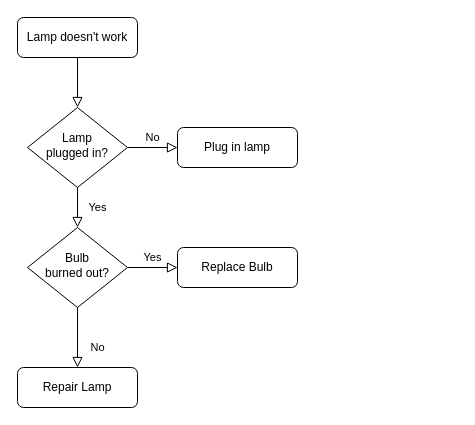
Earlier version of the draw.io diagram Untitled Diagram.drawio (mustafaferhatimamoglu/UrukERP_). Source tidied: cells renumbered, new cells numbered last; positions are measured from the earlier drawing's top-left corner, leaving out a move shared by most shapes. Both pictures are drawn from the tidied source at 100%, with x=0, y=0 at pixel (17, 17).
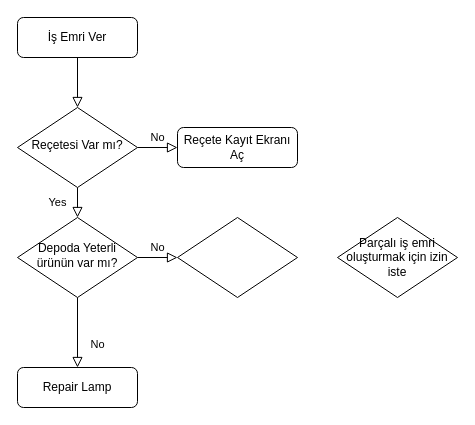
Above is the later version.

Diff of the diagram source:
```diff
@@
 <mxGraphModel>
   <root>
     <mxCell id="0" />
     <mxCell id="1" parent="0" />
     <mxCell id="2" style="rounded=0;html=1;jettySize=auto;fontSize=11;endArrow=block;endFill=0;endSize=8;strokeWidth=1;shadow=0;labelBackgroundColor=none;edgeStyle=orthogonalEdgeStyle;" parent="1" edge="1" source="3" target="6">
       <mxGeometry relative="1" as="geometry" />
     </mxCell>
-    <mxCell id="3" value="Lamp doesn't work" style="rounded=1;whiteSpace=wrap;html=1;fontSize=12;glass=0;strokeWidth=1;shadow=0;" parent="1" vertex="1">
+    <mxCell id="3" value="İş Emri Ver" style="rounded=1;whiteSpace=wrap;html=1;fontSize=12;glass=0;strokeWidth=1;shadow=0;" parent="1" vertex="1">
       <mxGeometry width="120" height="40" as="geometry" />
     </mxCell>
     <mxCell id="4" value="Yes" style="rounded=0;html=1;jettySize=auto;fontSize=11;endArrow=block;endFill=0;endSize=8;strokeWidth=1;shadow=0;labelBackgroundColor=none;edgeStyle=orthogonalEdgeStyle;" parent="1" edge="1" source="6" target="10">
       <mxGeometry y="20" relative="1" as="geometry" />
     </mxCell>
     <mxCell id="5" value="No" style="edgeStyle=orthogonalEdgeStyle;rounded=0;html=1;jettySize=auto;fontSize=11;endArrow=block;endFill=0;endSize=8;strokeWidth=1;shadow=0;labelBackgroundColor=none;" parent="1" edge="1" source="6" target="7">
       <mxGeometry y="10" relative="1" as="geometry" />
     </mxCell>
-    <mxCell id="6" value="Lamp&lt;br&gt;plugged in?" style="rhombus;whiteSpace=wrap;html=1;shadow=0;fontFamily=Helvetica;fontSize=12;align=center;strokeWidth=1;spacing=6;spacingTop=-4;" parent="1" vertex="1">
-      <mxGeometry x="10" y="90" width="100" height="80" as="geometry" />
+    <mxCell id="6" value="Reçetesi Var mı?" style="rhombus;whiteSpace=wrap;html=1;shadow=0;fontFamily=Helvetica;fontSize=12;align=center;strokeWidth=1;spacing=6;spacingTop=-4;" parent="1" vertex="1">
+      <mxGeometry y="90" width="120" height="80" as="geometry" />
     </mxCell>
-    <mxCell id="7" value="Plug in lamp" style="rounded=1;whiteSpace=wrap;html=1;fontSize=12;glass=0;strokeWidth=1;shadow=0;" parent="1" vertex="1">
+    <mxCell id="7" value="Reçete Kayıt Ekranı Aç" style="rounded=1;whiteSpace=wrap;html=1;fontSize=12;glass=0;strokeWidth=1;shadow=0;" parent="1" vertex="1">
       <mxGeometry x="160" y="110" width="120" height="40" as="geometry" />
     </mxCell>
     <mxCell id="8" value="No" style="rounded=0;html=1;jettySize=auto;fontSize=11;endArrow=block;endFill=0;endSize=8;strokeWidth=1;shadow=0;labelBackgroundColor=none;edgeStyle=orthogonalEdgeStyle;" parent="1" edge="1" source="10" target="11">
       <mxGeometry x="0.33" y="20" relative="1" as="geometry" />
     </mxCell>
-    <mxCell id="9" value="Yes" style="edgeStyle=orthogonalEdgeStyle;rounded=0;html=1;jettySize=auto;fontSize=11;endArrow=block;endFill=0;endSize=8;strokeWidth=1;shadow=0;labelBackgroundColor=none;" parent="1" edge="1" source="10" target="12">
-      <mxGeometry y="10" relative="1" as="geometry" />
+    <mxCell id="9" value="No" style="edgeStyle=orthogonalEdgeStyle;rounded=0;html=1;jettySize=auto;fontSize=11;endArrow=block;endFill=0;endSize=8;strokeWidth=1;shadow=0;labelBackgroundColor=none;" parent="1" edge="1" source="10">
+      <mxGeometry y="10" relative="1" as="geometry">
+        <mxPoint x="160" y="240" as="targetPoint" />
+        <Array as="points">
+          <mxPoint x="160" y="240" />
+        </Array>
+      </mxGeometry>
     </mxCell>
-    <mxCell id="10" value="Bulb&lt;br&gt;burned out?" style="rhombus;whiteSpace=wrap;html=1;shadow=0;fontFamily=Helvetica;fontSize=12;align=center;strokeWidth=1;spacing=6;spacingTop=-4;" parent="1" vertex="1">
-      <mxGeometry x="10" y="210" width="100" height="80" as="geometry" />
+    <mxCell id="10" value="Depoda Yeterli ürünün var mı?" style="rhombus;whiteSpace=wrap;html=1;shadow=0;fontFamily=Helvetica;fontSize=12;align=center;strokeWidth=1;spacing=6;spacingTop=-4;" parent="1" vertex="1">
+      <mxGeometry y="200" width="120" height="80" as="geometry" />
     </mxCell>
     <mxCell id="11" value="Repair Lamp" style="rounded=1;whiteSpace=wrap;html=1;fontSize=12;glass=0;strokeWidth=1;shadow=0;" parent="1" vertex="1">
       <mxGeometry y="350" width="120" height="40" as="geometry" />
     </mxCell>
-    <mxCell id="12" value="Replace Bulb" style="rounded=1;whiteSpace=wrap;html=1;fontSize=12;glass=0;strokeWidth=1;shadow=0;" parent="1" vertex="1">
-      <mxGeometry x="160" y="230" width="120" height="40" as="geometry" />
-    </mxCell>
+    <mxCell id="13" value="Parçalı iş emri oluşturmak için izin iste" style="rhombus;whiteSpace=wrap;html=1;" parent="1" vertex="1">
+      <mxGeometry x="320" y="200" width="120" height="80" as="geometry" />
+    </mxCell>
+    <mxCell id="14" style="rhombus;whiteSpace=wrap;html=1;" parent="1" vertex="1">
+      <mxGeometry x="160" y="200" width="120" height="80" as="geometry" />
+    </mxCell>
   </root>
 </mxGraphModel>
```
